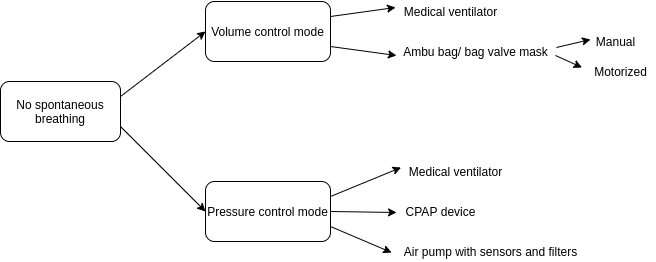
Before: no_spontaneous_breathing.png, a diagram exported from draw.io (nowtechnologies/open-ventilator). Source tidied: cells renumbered, new cells last; positions are measured from the earlier drawing's top-left corner, leaving out a move shared by most shapes.
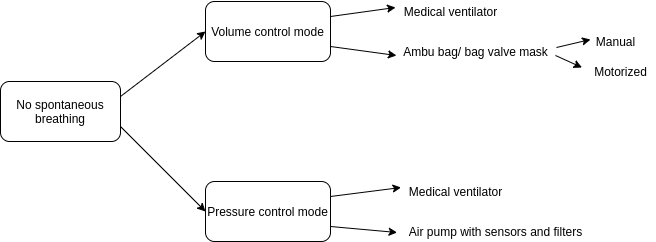
After the change.

The edit, as a diff of the source:
```diff
@@ -23,9 +23,6 @@
     <mxCell id="8" style="edgeStyle=none;rounded=0;jettySize=auto;html=1;exitX=1;exitY=0.25;exitDx=0;exitDy=0;entryX=0.005;entryY=0.3;entryDx=0;entryDy=0;entryPerimeter=0;" parent="1" edge="1" source="11" target="16">
       <mxGeometry relative="1" as="geometry" />
     </mxCell>
-    <mxCell id="9" style="edgeStyle=none;rounded=0;jettySize=auto;html=1;exitX=1;exitY=0.5;exitDx=0;exitDy=0;entryX=0.017;entryY=0.55;entryDx=0;entryDy=0;entryPerimeter=0;" parent="1" edge="1" source="11" target="17">
-      <mxGeometry relative="1" as="geometry" />
-    </mxCell>
     <mxCell id="10" style="edgeStyle=none;rounded=0;jettySize=auto;html=1;exitX=1;exitY=0.75;exitDx=0;exitDy=0;entryX=-0.018;entryY=0.55;entryDx=0;entryDy=0;entryPerimeter=0;" parent="1" edge="1" source="11" target="18">
       <mxGeometry relative="1" as="geometry" />
     </mxCell>
@@ -45,13 +42,10 @@
       <mxGeometry x="584.5" y="60" width="70" height="20" as="geometry" />
     </mxCell>
     <mxCell id="16" value="Medical ventilator" style="text;html=1;align=center;verticalAlign=middle;points=[];" parent="1" vertex="1">
-      <mxGeometry x="400" y="160" width="110" height="20" as="geometry" />
+      <mxGeometry x="400" y="180" width="110" height="20" as="geometry" />
     </mxCell>
-    <mxCell id="17" value="CPAP device" style="text;html=1;align=center;verticalAlign=middle;points=[];" parent="1" vertex="1">
-      <mxGeometry x="394.5" y="200" width="90" height="20" as="geometry" />
-    </mxCell>
     <mxCell id="18" value="Air pump with sensors and filters" style="text;html=1;align=center;verticalAlign=middle;points=[];" parent="1" vertex="1">
-      <mxGeometry x="394.5" y="240" width="190" height="20" as="geometry" />
+      <mxGeometry x="400" y="220" width="190" height="20" as="geometry" />
     </mxCell>
     <mxCell id="19" style="endArrow=classic;html=1;exitX=1.006;exitY=0.3;exitDx=0;exitDy=0;exitPerimeter=0;entryX=0;entryY=0.4;entryDx=0;entryDy=0;entryPerimeter=0;" parent="1" edge="1" source="13" target="14">
       <mxGeometry relative="1" as="geometry" />
```
